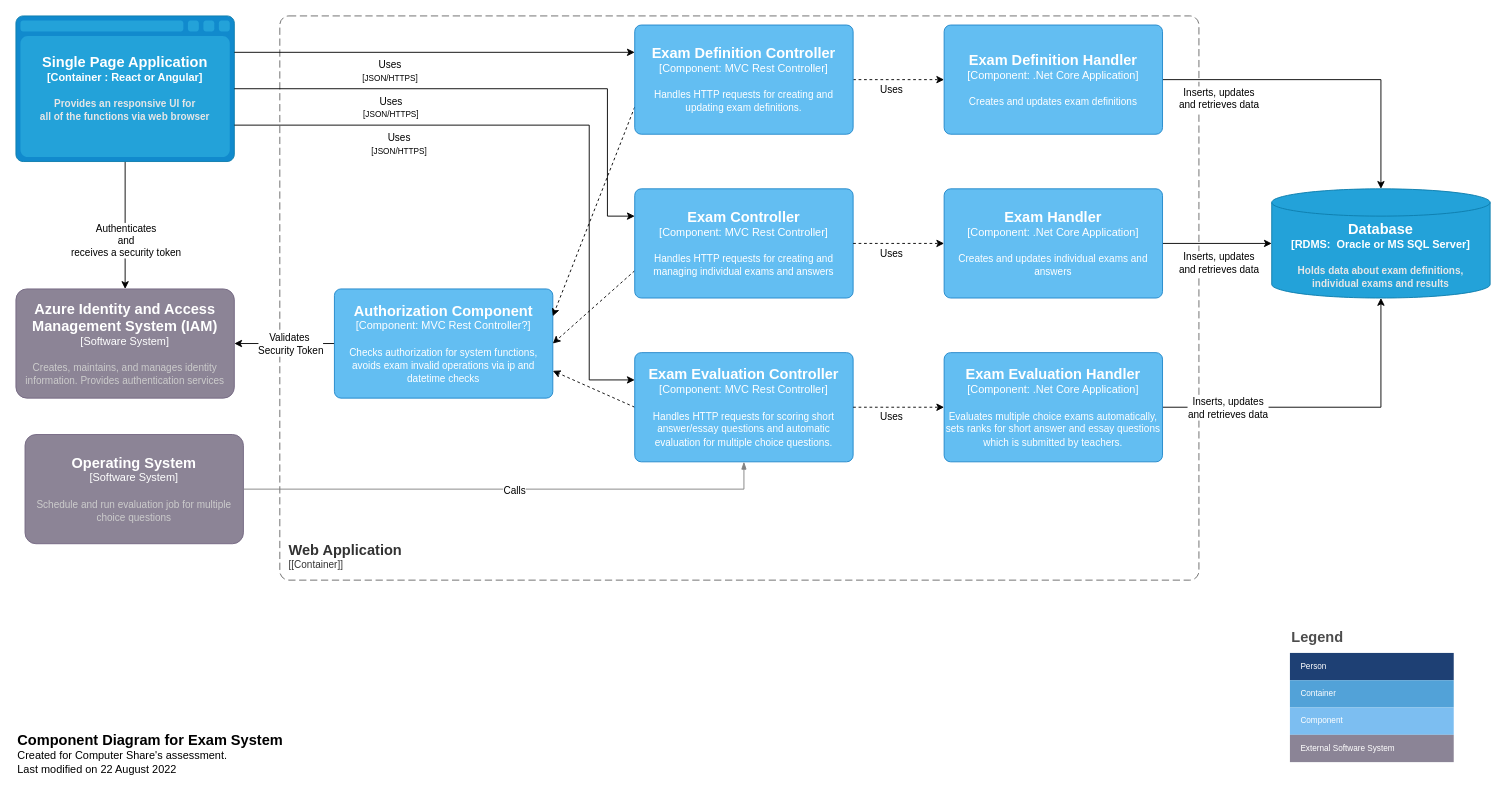
KubilayKara/SoftwareDesign keeps this draw.io diagram as Make The Grade/ComponentDiagram.drawio. Above is the earlier version. Source tidied: cells renumbered, new cells numbered last; positions are measured from the earlier drawing's top-left corner, leaving out a move shared by most shapes. Both pictures are drawn from the tidied source at 91%, with x=0, y=0 at pixel (15, 15).
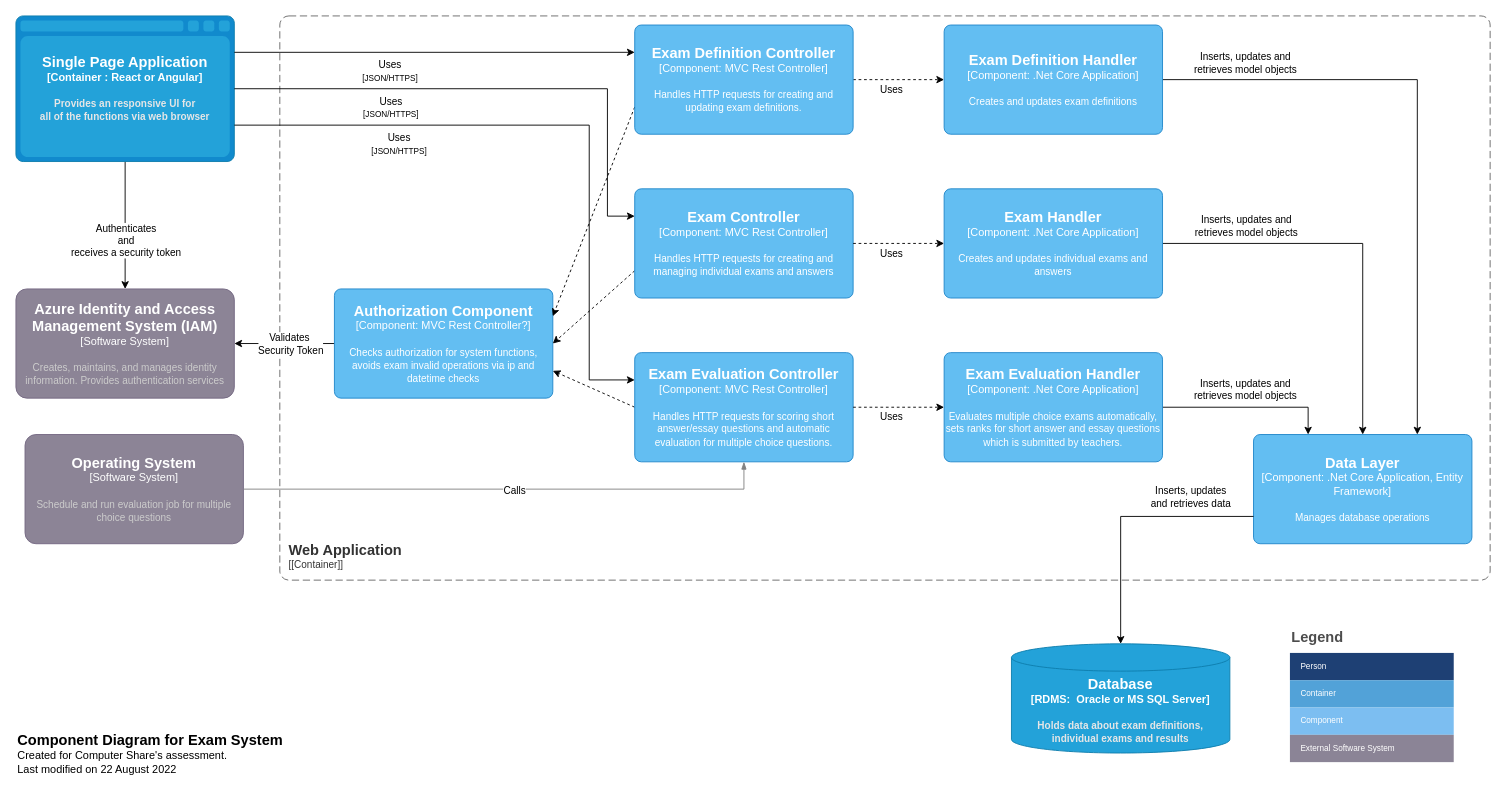
The same page after the edit.

Commit message:
Data Layer ComponentDiagram.drawio

The change refers to these unchanged cells:
```xml
<object id="38" label="&lt;font style=&quot;font-size: 16px&quot;&gt;&lt;b&gt;%c4Name%&lt;/b&gt;&lt;/font&gt;&lt;div&gt;[%c4Type%: %c4Technology%]&lt;/div&gt;&lt;br&gt;&lt;div&gt;&lt;font style=&quot;font-size: 11px&quot;&gt;%c4Description%&lt;/font&gt;&lt;/div&gt;" c4Description="Creates and updates exam definitions" c4Name="Exam Definition Handler" c4Technology=".Net Core Application" c4Type="Component" placeholders="1">
  <mxCell style="rounded=1;whiteSpace=wrap;html=1;labelBackgroundColor=none;fillColor=#63BEF2;fontColor=#ffffff;align=center;arcSize=6;strokeColor=#2086C9;points=[[0.25,0,0],[0.5,0,0],[0.75,0,0],[1,0.25,0],[1,0.5,0],[1,0.75,0],[0.75,1,0],[0.5,1,0],[0.25,1,0],[0,0.75,0],[0,0.5,0],[0,0.25,0]];" parent="1" vertex="1">
    <mxGeometry x="1020" y="10" width="240" height="120" as="geometry" />
  </mxCell>
</object>
<object id="39" label="&lt;font style=&quot;font-size: 16px&quot;&gt;&lt;b&gt;%c4Name%&lt;/b&gt;&lt;/font&gt;&lt;div&gt;[%c4Type%: %c4Technology%]&lt;/div&gt;&lt;br&gt;&lt;div&gt;&lt;font style=&quot;font-size: 11px&quot;&gt;%c4Description%&lt;/font&gt;&lt;/div&gt;" c4Description="Creates and updates individual exams and answers" c4Name="Exam Handler" c4Technology=".Net Core Application" c4Type="Component" placeholders="1">
  <mxCell style="rounded=1;whiteSpace=wrap;html=1;labelBackgroundColor=none;fillColor=#63BEF2;fontColor=#ffffff;align=center;arcSize=6;strokeColor=#2086C9;points=[[0.25,0,0],[0.5,0,0],[0.75,0,0],[1,0.25,0],[1,0.5,0],[1,0.75,0],[0.75,1,0],[0.5,1,0],[0.25,1,0],[0,0.75,0],[0,0.5,0],[0,0.25,0]];" parent="1" vertex="1">
    <mxGeometry x="1020" y="190" width="240" height="120" as="geometry" />
  </mxCell>
</object>
<object id="40" label="&lt;font style=&quot;font-size: 16px&quot;&gt;&lt;b&gt;%c4Name%&lt;/b&gt;&lt;/font&gt;&lt;div&gt;[%c4Type%: %c4Technology%]&lt;/div&gt;&lt;br&gt;&lt;div&gt;&lt;font style=&quot;font-size: 11px&quot;&gt;%c4Description%&lt;/font&gt;&lt;/div&gt;" c4Description="Evaluates multiple choice exams automatically,&#10;sets ranks for short answer and essay questions which is submitted by teachers." c4Name="Exam Evaluation Handler" c4Technology=".Net Core Application" c4Type="Component" placeholders="1">
  <mxCell style="rounded=1;whiteSpace=wrap;html=1;labelBackgroundColor=none;fillColor=#63BEF2;fontColor=#ffffff;align=center;arcSize=6;strokeColor=#2086C9;points=[[0.25,0,0],[0.5,0,0],[0.75,0,0],[1,0.25,0],[1,0.5,0],[1,0.75,0],[0.75,1,0],[0.5,1,0],[0.25,1,0],[0,0.75,0],[0,0.5,0],[0,0.25,0]];" parent="1" vertex="1">
    <mxGeometry x="1020" y="370" width="240" height="120" as="geometry" />
  </mxCell>
</object>
```

Diff of the diagram source:
```diff
@@
     <object id="2" label="&lt;font style=&quot;font-size: 16px&quot;&gt;&lt;b&gt;&lt;div style=&quot;text-align: left&quot;&gt;%c4Name%&lt;/div&gt;&lt;/b&gt;&lt;/font&gt;&lt;div style=&quot;text-align: left&quot;&gt;[%c4Application%]&lt;/div&gt;" c4Application="[Container]" c4Name="Web Application" placeholders="1">
       <mxCell style="rounded=1;fontSize=11;whiteSpace=wrap;html=1;dashed=1;arcSize=20;fillColor=none;strokeColor=#666666;fontColor=#333333;labelBackgroundColor=none;align=left;verticalAlign=bottom;labelBorderColor=none;spacingTop=0;spacing=10;dashPattern=8 4;perimeter=rectanglePerimeter;noLabel=0;labelPadding=0;absoluteArcSize=1;" parent="1" vertex="1">
-        <mxGeometry x="290" width="1010" height="620" as="geometry" />
+        <mxGeometry x="290" width="1330" height="620" as="geometry" />
       </mxCell>
     </object>
-    <mxCell id="3" style="edgeStyle=orthogonalEdgeStyle;rounded=0;jettySize=auto;html=1;exitX=1;exitY=0.5;exitDx=0;exitDy=0;exitPerimeter=0;entryX=0.5;entryY=0;entryDx=0;entryDy=0;entryPerimeter=0;" parent="1" edge="1" source="38" target="7">
+    <mxCell id="3" style="edgeStyle=orthogonalEdgeStyle;rounded=0;jettySize=auto;html=1;exitX=1;exitY=0.5;exitDx=0;exitDy=0;exitPerimeter=0;entryX=0.75;entryY=0;entryDx=0;entryDy=0;entryPerimeter=0;" parent="1" edge="1" source="38" target="48">
       <mxGeometry relative="1" as="geometry" />
     </mxCell>
-    <mxCell id="4" value="Inserts, updates&lt;br&gt;and retrieves data" style="edgeLabel;html=1;align=center;verticalAlign=middle;" parent="3" vertex="1">
+    <mxCell id="4" value="Inserts, updates and &lt;br&gt;retrieves model objects" style="edgeLabel;html=1;align=center;verticalAlign=middle;" parent="3" vertex="1">
       <mxGeometry x="-0.14" y="-1" relative="1" as="geometry">
-        <mxPoint x="-94" y="19" as="offset" />
+        <mxPoint x="-189" y="-27" as="offset" />
       </mxGeometry>
     </mxCell>
@@
     <object id="7" label="&lt;font style=&quot;font-size: 16px&quot;&gt;&lt;b&gt;%c4Type%&lt;/font&gt;&lt;div&gt;[%c4Container%:&amp;nbsp;%c4Technology%]&lt;/div&gt;&lt;br&gt;&lt;div&gt;&lt;font style=&quot;font-size: 11px&quot;&gt;&lt;font color=&quot;#E6E6E6&quot;&gt;%c4Description%&lt;/font&gt;&lt;/div&gt;" c4Container="RDMS" c4Description="Holds data about exam definitions,&#10;individual exams and results" c4Technology=" Oracle or MS SQL Server" c4Type="Database" placeholders="1">
       <mxCell style="shape=cylinder3;size=15;whiteSpace=wrap;html=1;boundedLbl=1;rounded=0;labelBackgroundColor=none;fillColor=#23A2D9;fontSize=12;fontColor=#ffffff;align=center;strokeColor=#0E7DAD;points=[[0.5,0,0],[1,0.25,0],[1,0.5,0],[1,0.75,0],[0.5,1,0],[0,0.75,0],[0,0.5,0],[0,0.25,0]];" parent="1" vertex="1">
-        <mxGeometry x="1380" y="190" width="240" height="120" as="geometry" />
+        <mxGeometry x="1094" y="690" width="240" height="120" as="geometry" />
       </mxCell>
     </object>
@@
-    <mxCell id="28" style="edgeStyle=orthogonalEdgeStyle;rounded=0;jettySize=auto;html=1;exitX=1;exitY=0.5;exitDx=0;exitDy=0;exitPerimeter=0;entryX=0;entryY=0.5;entryDx=0;entryDy=0;entryPerimeter=0;" parent="1" edge="1" source="39" target="7">
+    <mxCell id="28" style="edgeStyle=orthogonalEdgeStyle;rounded=0;jettySize=auto;html=1;exitX=1;exitY=0.5;exitDx=0;exitDy=0;exitPerimeter=0;entryX=0.5;entryY=0;entryDx=0;entryDy=0;entryPerimeter=0;" parent="1" edge="1" source="39" target="48">
       <mxGeometry relative="1" as="geometry" />
     </mxCell>
-    <mxCell id="29" value="Inserts, updates&lt;br&gt;and retrieves data" style="edgeLabel;html=1;align=center;verticalAlign=middle;" parent="28" vertex="1">
+    <mxCell id="29" value="Inserts, updates&amp;nbsp;and&lt;br&gt;retrieves model objects" style="edgeLabel;html=1;align=center;verticalAlign=middle;" parent="28" vertex="1">
       <mxGeometry x="-0.14" y="-1" relative="1" as="geometry">
-        <mxPoint x="9" y="20" as="offset" />
+        <mxPoint x="-94" y="-21" as="offset" />
       </mxGeometry>
     </mxCell>
-    <mxCell id="30" style="edgeStyle=orthogonalEdgeStyle;rounded=0;jettySize=auto;html=1;exitX=1;exitY=0.5;exitDx=0;exitDy=0;exitPerimeter=0;entryX=0.5;entryY=1;entryDx=0;entryDy=0;entryPerimeter=0;" parent="1" edge="1" source="40" target="7">
+    <mxCell id="30" style="edgeStyle=orthogonalEdgeStyle;rounded=0;jettySize=auto;html=1;exitX=1;exitY=0.5;exitDx=0;exitDy=0;exitPerimeter=0;entryX=0.25;entryY=0;entryDx=0;entryDy=0;entryPerimeter=0;" parent="1" edge="1" source="40" target="48">
       <mxGeometry relative="1" as="geometry" />
     </mxCell>
-    <mxCell id="31" value="Inserts, updates&lt;br&gt;and retrieves data" style="edgeLabel;html=1;align=center;verticalAlign=middle;" parent="30" vertex="1">
+    <mxCell id="31" value="Inserts, updates&amp;nbsp;and&lt;br&gt;retrieves model objects" style="edgeLabel;html=1;align=center;verticalAlign=middle;" parent="30" vertex="1">
       <mxGeometry x="-0.14" y="-1" relative="1" as="geometry">
-        <mxPoint x="-84" y="-1" as="offset" />
+        <mxPoint x="8" y="-21" as="offset" />
       </mxGeometry>
     </mxCell>
@@
+    <object id="48" label="&lt;font style=&quot;font-size: 16px&quot;&gt;&lt;b&gt;%c4Name%&lt;/b&gt;&lt;/font&gt;&lt;div&gt;[%c4Type%: %c4Technology%]&lt;/div&gt;&lt;br&gt;&lt;div&gt;&lt;font style=&quot;font-size: 11px&quot;&gt;%c4Description%&lt;/font&gt;&lt;/div&gt;" c4Description="Manages database operations" c4Name="Data Layer" c4Technology=".Net Core Application, Entity Framework" c4Type="Component" placeholders="1">
+      <mxCell style="rounded=1;whiteSpace=wrap;html=1;labelBackgroundColor=none;fillColor=#63BEF2;fontColor=#ffffff;align=center;arcSize=6;strokeColor=#2086C9;points=[[0.25,0,0],[0.5,0,0],[0.75,0,0],[1,0.25,0],[1,0.5,0],[1,0.75,0],[0.75,1,0],[0.5,1,0],[0.25,1,0],[0,0.75,0],[0,0.5,0],[0,0.25,0]];" parent="1" vertex="1">
+        <mxGeometry x="1360" y="460" width="240" height="120" as="geometry" />
+      </mxCell>
+    </object>
+    <mxCell id="49" style="edgeStyle=orthogonalEdgeStyle;rounded=0;jettySize=auto;html=1;exitX=0;exitY=0.75;exitDx=0;exitDy=0;exitPerimeter=0;entryX=0.5;entryY=0;entryDx=0;entryDy=0;entryPerimeter=0;" parent="1" edge="1" source="48" target="7">
+      <mxGeometry relative="1" as="geometry" />
+    </mxCell>
+    <mxCell id="50" value="Inserts, updates&lt;br&gt;and&amp;nbsp;retrieves data" style="edgeLabel;html=1;align=center;verticalAlign=middle;" parent="49" vertex="1">
+      <mxGeometry x="-0.14" y="-1" relative="1" as="geometry">
+        <mxPoint x="53" y="-21" as="offset" />
+      </mxGeometry>
+    </mxCell>
```
